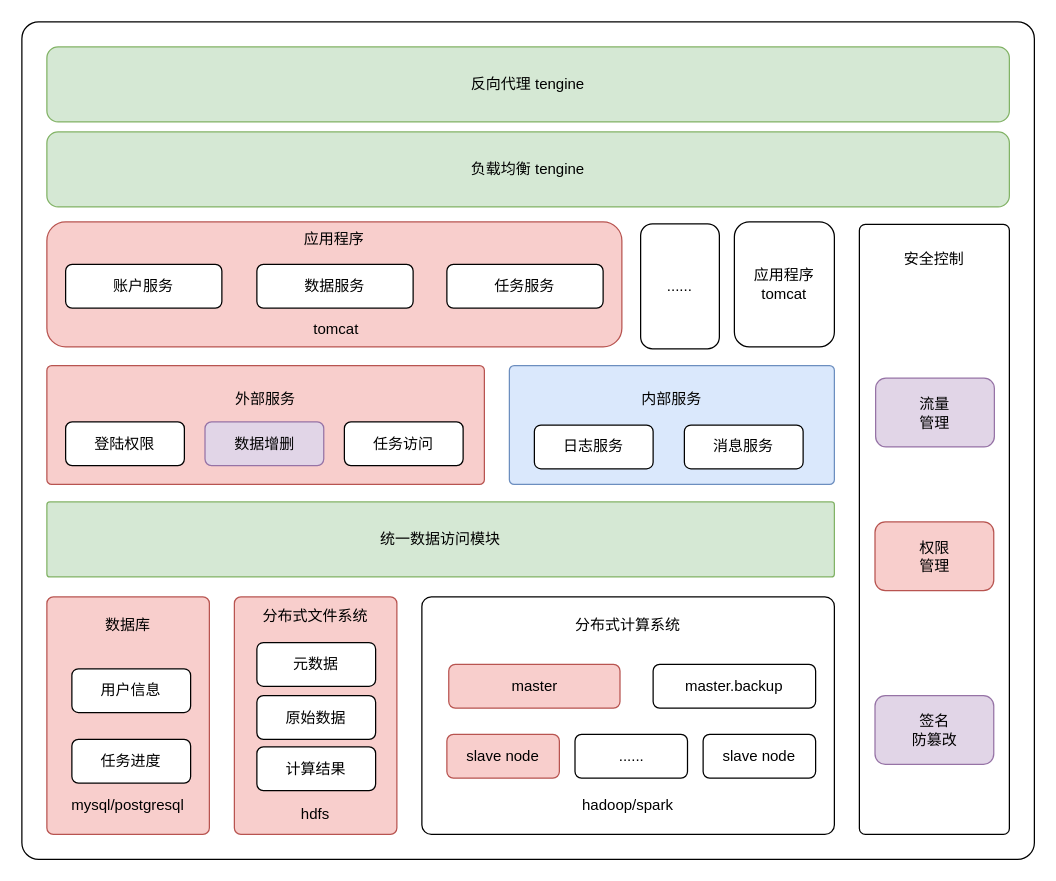
Before: 20190424_all.drawio in lo-ong/IntelligenceInsight, a draw.io diagram. Source tidied: cells renumbered, new cells numbered last; positions are measured from the earlier drawing's top-left corner, leaving out a move shared by most shapes. Both pictures are drawn from the tidied source at 125%, with x=0, y=0 at pixel (21, 21).
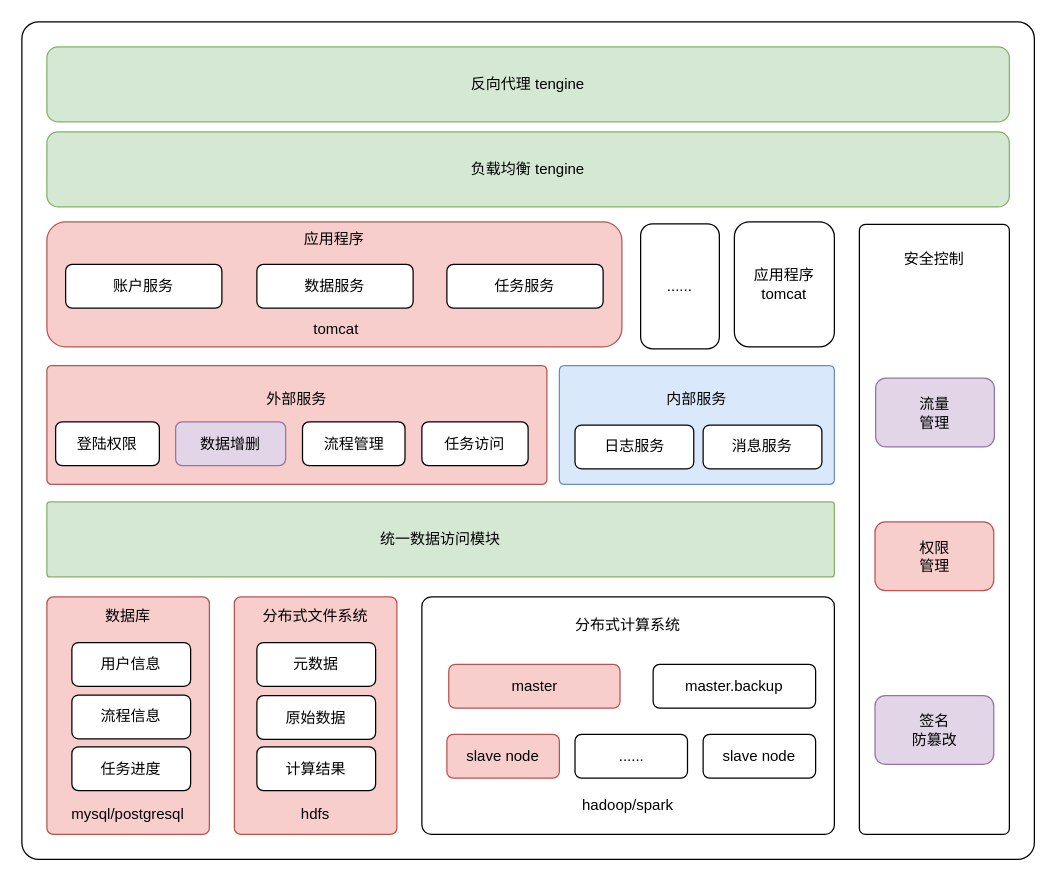
Above is the later version.

Diff of the diagram source:
```diff
@@
-    <mxCell id="9" value="数据库&lt;br&gt;&amp;nbsp;&amp;nbsp;&lt;br&gt;&lt;br&gt;&lt;br&gt;&lt;br&gt;&lt;br&gt;&lt;br&gt;&lt;br&gt;&lt;br&gt;&lt;br&gt;mysql/postgresql" style="rounded=1;whiteSpace=wrap;html=1;fillColor=#f8cecc;strokeColor=#b85450;arcSize=4;" parent="1" vertex="1">
+    <mxCell id="9" value="数据库&lt;br&gt;&lt;br&gt;&amp;nbsp;&amp;nbsp;&lt;br&gt;&lt;br&gt;&lt;br&gt;&lt;br&gt;&lt;br&gt;&lt;br&gt;&lt;br&gt;&lt;br&gt;&lt;br&gt;mysql/postgresql" style="rounded=1;whiteSpace=wrap;html=1;fillColor=#f8cecc;strokeColor=#b85450;arcSize=4;" parent="1" vertex="1">
       <mxGeometry x="20" y="460" width="130" height="190" as="geometry" />
     </mxCell>
@@
     <mxCell id="15" value="外部服务&lt;br&gt;&lt;br&gt;&lt;br&gt;&lt;br&gt;" style="rounded=1;whiteSpace=wrap;html=1;fillColor=#f8cecc;strokeColor=#b85450;arcSize=4;" parent="1" vertex="1">
-      <mxGeometry x="20" y="275" width="350" height="95" as="geometry" />
+      <mxGeometry x="20" y="275" width="400" height="95" as="geometry" />
     </mxCell>
     <mxCell id="16" value="内部服务&lt;br&gt;&lt;br&gt;&lt;br&gt;&lt;br&gt;" style="rounded=1;whiteSpace=wrap;html=1;fillColor=#dae8fc;strokeColor=#6c8ebf;arcSize=4;" parent="1" vertex="1">
-      <mxGeometry x="390" y="275" width="260" height="95" as="geometry" />
+      <mxGeometry x="430" y="275" width="220" height="95" as="geometry" />
     </mxCell>
     <mxCell id="17" value="登陆权限" style="rounded=1;whiteSpace=wrap;html=1;" parent="1" vertex="1">
-      <mxGeometry x="35" y="320" width="95" height="35" as="geometry" />
+      <mxGeometry x="27" y="320" width="83" height="35" as="geometry" />
     </mxCell>
     <mxCell id="18" value="数据增删" style="rounded=1;whiteSpace=wrap;html=1;fillColor=#e1d5e7;strokeColor=#9673a6;" parent="1" vertex="1">
-      <mxGeometry x="146.5" y="320" width="95" height="35" as="geometry" />
+      <mxGeometry x="123" y="320" width="88" height="35" as="geometry" />
     </mxCell>
     <mxCell id="19" value="任务访问" style="rounded=1;whiteSpace=wrap;html=1;" parent="1" vertex="1">
-      <mxGeometry x="258" y="320" width="95" height="35" as="geometry" />
+      <mxGeometry x="320" y="320" width="85" height="35" as="geometry" />
     </mxCell>
     <mxCell id="20" value="日志服务" style="rounded=1;whiteSpace=wrap;html=1;" parent="1" vertex="1">
-      <mxGeometry x="410" y="322.5" width="95" height="35" as="geometry" />
+      <mxGeometry x="442.5" y="322.5" width="95" height="35" as="geometry" />
     </mxCell>
     <mxCell id="21" value="消息服务" style="rounded=1;whiteSpace=wrap;html=1;" parent="1" vertex="1">
-      <mxGeometry x="530" y="322.5" width="95" height="35" as="geometry" />
+      <mxGeometry x="545" y="322.5" width="95" height="35" as="geometry" />
     </mxCell>
     <mxCell id="22" value="用户信息" style="rounded=1;whiteSpace=wrap;html=1;" parent="1" vertex="1">
-      <mxGeometry x="40" y="517.5" width="95" height="35" as="geometry" />
+      <mxGeometry x="40" y="496.5" width="95" height="35" as="geometry" />
     </mxCell>
     <mxCell id="23" value="任务进度" style="rounded=1;whiteSpace=wrap;html=1;" parent="1" vertex="1">
-      <mxGeometry x="40" y="574" width="95" height="35" as="geometry" />
+      <mxGeometry x="40" y="580" width="95" height="35" as="geometry" />
     </mxCell>
@@
+    <mxCell id="36" value="流程信息" style="rounded=1;whiteSpace=wrap;html=1;" parent="1" vertex="1">
+      <mxGeometry x="40" y="538.5" width="95" height="35" as="geometry" />
+    </mxCell>
+    <mxCell id="37" value="流程管理" style="rounded=1;whiteSpace=wrap;html=1;" parent="1" vertex="1">
+      <mxGeometry x="224.5" y="320" width="82" height="35" as="geometry" />
+    </mxCell>
```
